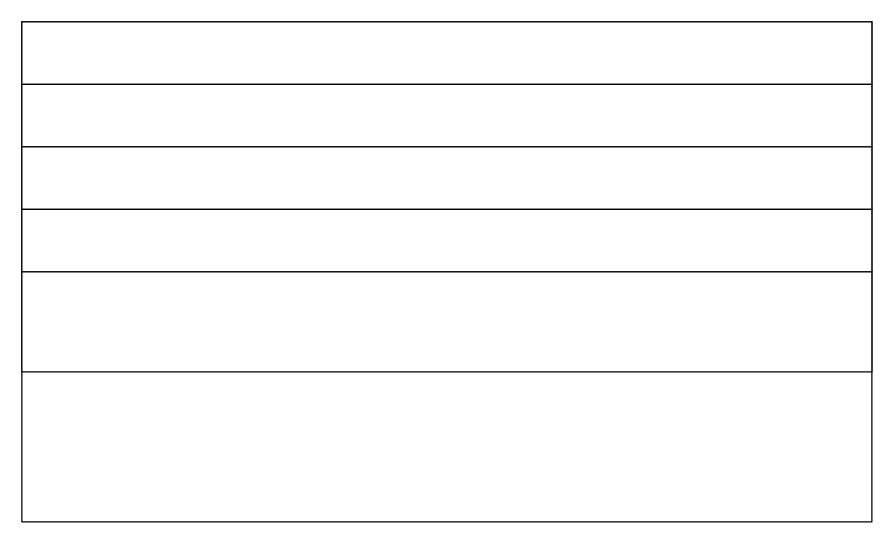
The draw.io diagram Untitled Diagram.drawio in Octatonez/Testitaaadfame, before the edit. Source tidied: cells renumbered, new cells numbered last; positions are measured from the earlier drawing's top-left corner, leaving out a move shared by most shapes. Both pictures are drawn from the tidied source at 125%, with x=0, y=0 at pixel (21, 21).
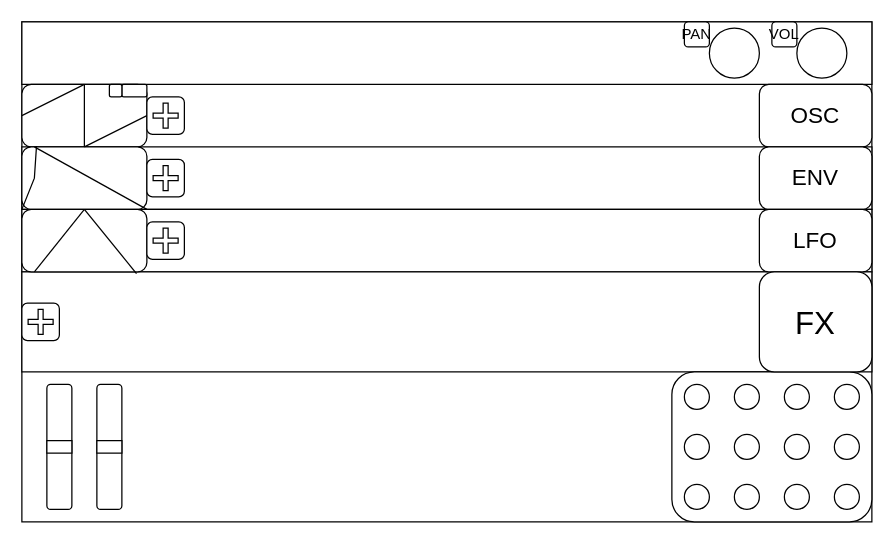
After the change.

Diff of the diagram source:
```diff
@@
-    <mxCell id="3" style="rounded=0;whiteSpace=wrap;html=1;" parent="1" vertex="1">
+    <mxCell id="3" style="rounded=0;whiteSpace=wrap;html=1;fontFamily=AGENCY FB;" parent="1" vertex="1">
       <mxGeometry width="680" height="50" as="geometry" />
     </mxCell>
-    <mxCell id="4" style="rounded=0;whiteSpace=wrap;html=1;" parent="1" vertex="1">
-      <mxGeometry y="50" width="680" height="50" as="geometry" />
-    </mxCell>
@@
-    <mxCell id="7" style="rounded=0;whiteSpace=wrap;html=1;" parent="1" vertex="1">
+    <mxCell id="7" style="rounded=0;whiteSpace=wrap;html=1;fontFamily=AGENCY FB;" parent="1" vertex="1">
       <mxGeometry y="200" width="680" height="80" as="geometry" />
     </mxCell>
+    <mxCell id="8" style="ellipse;whiteSpace=wrap;html=1;" parent="1" vertex="1">
+      <mxGeometry x="620" y="5" width="40" height="40" as="geometry" />
+    </mxCell>
+    <mxCell id="9" style="ellipse;whiteSpace=wrap;html=1;" parent="1" vertex="1">
+      <mxGeometry x="550" y="5" width="40" height="40" as="geometry" />
+    </mxCell>
+    <mxCell id="10" style="rounded=1;whiteSpace=wrap;html=1;" parent="1" vertex="1">
+      <mxGeometry y="50" width="100" height="50" as="geometry" />
+    </mxCell>
+    <mxCell id="11" style="rounded=1;whiteSpace=wrap;html=1;" parent="1" vertex="1">
+      <mxGeometry x="80" y="50" width="20" height="10" as="geometry" />
+    </mxCell>
+    <mxCell id="12" style="rounded=1;whiteSpace=wrap;html=1;" parent="1" vertex="1">
+      <mxGeometry x="70" y="50" width="10" height="10" as="geometry" />
+    </mxCell>
+    <mxCell id="13" style="rounded=1;whiteSpace=wrap;html=1;" parent="1" vertex="1">
+      <mxGeometry x="100" y="60" width="30" height="30" as="geometry" />
+    </mxCell>
+    <mxCell id="14" style="shape=cross;whiteSpace=wrap;html=1;" parent="1" vertex="1">
+      <mxGeometry x="105" y="65" width="20" height="20" as="geometry" />
+    </mxCell>
+    <mxCell id="15" style="rounded=1;whiteSpace=wrap;html=1;" parent="1" vertex="1">
+      <mxGeometry y="100" width="100" height="50" as="geometry" />
+    </mxCell>
+    <mxCell id="16" style="rounded=1;whiteSpace=wrap;html=1;" parent="1" vertex="1">
+      <mxGeometry y="150" width="100" height="50" as="geometry" />
+    </mxCell>
+    <mxCell id="17" style="endArrow=none;html=1;rounded=0;exitX=0;exitY=0.5;exitDx=0;exitDy=0;entryX=0.5;entryY=0;entryDx=0;entryDy=0;" parent="1" edge="1" source="10" target="10">
+      <mxGeometry relative="1" as="geometry" />
+    </mxCell>
+    <mxCell id="18" style="endArrow=none;html=1;rounded=0;exitX=0.5;exitY=0;exitDx=0;exitDy=0;entryX=0.5;entryY=0;entryDx=0;entryDy=0;" parent="1" edge="1" source="15" target="10">
+      <mxGeometry relative="1" as="geometry" />
+    </mxCell>
+    <mxCell id="19" style="endArrow=none;html=1;rounded=0;exitX=0.5;exitY=0;exitDx=0;exitDy=0;entryX=1;entryY=0.5;entryDx=0;entryDy=0;" parent="1" edge="1" source="15" target="10">
+      <mxGeometry relative="1" as="geometry" />
+    </mxCell>
+    <mxCell id="20" style="endArrow=none;html=1;rounded=0;exitX=0;exitY=1;exitDx=0;exitDy=0;entryX=0.117;entryY=-0.012;entryDx=0;entryDy=0;entryPerimeter=0;" parent="1" edge="1" source="15" target="15">
+      <mxGeometry relative="1" as="geometry">
+        <Array as="points">
+          <mxPoint x="10" y="125" />
+        </Array>
+      </mxGeometry>
+    </mxCell>
+    <mxCell id="21" style="endArrow=none;html=1;rounded=0;entryX=1;entryY=1;entryDx=0;entryDy=0;" parent="1" edge="1" target="15">
+      <mxGeometry relative="1" as="geometry">
+        <mxPoint x="10" y="100" as="sourcePoint" />
+      </mxGeometry>
+    </mxCell>
+    <mxCell id="22" style="endArrow=none;html=1;rounded=0;exitX=0.1;exitY=1;exitDx=0;exitDy=0;exitPerimeter=0;entryX=0.5;entryY=0;entryDx=0;entryDy=0;" parent="1" edge="1" source="16" target="16">
+      <mxGeometry relative="1" as="geometry" />
+    </mxCell>
+    <mxCell id="23" style="endArrow=none;html=1;rounded=0;exitX=0.5;exitY=0;exitDx=0;exitDy=0;entryX=0.917;entryY=1.027;entryDx=0;entryDy=0;entryPerimeter=0;" parent="1" edge="1" source="16" target="16">
+      <mxGeometry relative="1" as="geometry" />
+    </mxCell>
+    <mxCell id="24" style="rounded=1;whiteSpace=wrap;html=1;" parent="1" vertex="1">
+      <mxGeometry x="100" y="160" width="30" height="30" as="geometry" />
+    </mxCell>
+    <mxCell id="25" style="rounded=1;whiteSpace=wrap;html=1;" parent="1" vertex="1">
+      <mxGeometry x="100" y="110" width="30" height="30" as="geometry" />
+    </mxCell>
+    <mxCell id="26" style="rounded=1;whiteSpace=wrap;html=1;" parent="1" vertex="1">
+      <mxGeometry y="225" width="30" height="30" as="geometry" />
+    </mxCell>
+    <mxCell id="27" style="shape=cross;whiteSpace=wrap;html=1;" parent="1" vertex="1">
+      <mxGeometry x="105" y="115" width="20" height="20" as="geometry" />
+    </mxCell>
+    <mxCell id="28" style="shape=cross;whiteSpace=wrap;html=1;" parent="1" vertex="1">
+      <mxGeometry x="105" y="165" width="20" height="20" as="geometry" />
+    </mxCell>
+    <mxCell id="29" style="shape=cross;whiteSpace=wrap;html=1;" parent="1" vertex="1">
+      <mxGeometry x="5" y="230" width="20" height="20" as="geometry" />
+    </mxCell>
+    <mxCell id="30" style="rounded=1;whiteSpace=wrap;html=1;" parent="1" vertex="1">
+      <mxGeometry x="520" y="280" width="160" height="120" as="geometry" />
+    </mxCell>
+    <mxCell id="31" style="ellipse;whiteSpace=wrap;html=1;" parent="1" vertex="1">
+      <mxGeometry x="530" y="290" width="20" height="20" as="geometry" />
+    </mxCell>
+    <mxCell id="32" style="ellipse;whiteSpace=wrap;html=1;" parent="1" vertex="1">
+      <mxGeometry x="570" y="290" width="20" height="20" as="geometry" />
+    </mxCell>
+    <mxCell id="33" style="ellipse;whiteSpace=wrap;html=1;" parent="1" vertex="1">
+      <mxGeometry x="610" y="290" width="20" height="20" as="geometry" />
+    </mxCell>
+    <mxCell id="34" style="ellipse;whiteSpace=wrap;html=1;" parent="1" vertex="1">
+      <mxGeometry x="650" y="290" width="20" height="20" as="geometry" />
+    </mxCell>
+    <mxCell id="35" style="ellipse;whiteSpace=wrap;html=1;" parent="1" vertex="1">
+      <mxGeometry x="530" y="330" width="20" height="20" as="geometry" />
+    </mxCell>
+    <mxCell id="36" style="ellipse;whiteSpace=wrap;html=1;" parent="1" vertex="1">
+      <mxGeometry x="530" y="370" width="20" height="20" as="geometry" />
+    </mxCell>
+    <mxCell id="37" style="ellipse;whiteSpace=wrap;html=1;" parent="1" vertex="1">
+      <mxGeometry x="570" y="330" width="20" height="20" as="geometry" />
+    </mxCell>
+    <mxCell id="38" style="ellipse;whiteSpace=wrap;html=1;" parent="1" vertex="1">
+      <mxGeometry x="570" y="370" width="20" height="20" as="geometry" />
+    </mxCell>
+    <mxCell id="39" style="ellipse;whiteSpace=wrap;html=1;" parent="1" vertex="1">
+      <mxGeometry x="610" y="330" width="20" height="20" as="geometry" />
+    </mxCell>
+    <mxCell id="40" style="ellipse;whiteSpace=wrap;html=1;" parent="1" vertex="1">
+      <mxGeometry x="650" y="330" width="20" height="20" as="geometry" />
+    </mxCell>
+    <mxCell id="41" style="ellipse;whiteSpace=wrap;html=1;" parent="1" vertex="1">
+      <mxGeometry x="610" y="370" width="20" height="20" as="geometry" />
+    </mxCell>
+    <mxCell id="42" style="ellipse;whiteSpace=wrap;html=1;" parent="1" vertex="1">
+      <mxGeometry x="650" y="370" width="20" height="20" as="geometry" />
+    </mxCell>
+    <mxCell id="43" style="rounded=1;whiteSpace=wrap;html=1;" parent="1" vertex="1">
+      <mxGeometry x="20" y="290" width="20" height="100" as="geometry" />
+    </mxCell>
+    <mxCell id="44" style="rounded=1;whiteSpace=wrap;html=1;" parent="1" vertex="1">
+      <mxGeometry x="60" y="290" width="20" height="100" as="geometry" />
+    </mxCell>
+    <mxCell id="45" style="rounded=0;whiteSpace=wrap;html=1;" parent="1" vertex="1">
+      <mxGeometry x="20" y="335" width="20" height="10" as="geometry" />
+    </mxCell>
+    <mxCell id="46" style="rounded=0;whiteSpace=wrap;html=1;" parent="1" vertex="1">
+      <mxGeometry x="60" y="335" width="20" height="10" as="geometry" />
+    </mxCell>
+    <mxCell id="47" value="PAN" style="rounded=1;whiteSpace=wrap;html=1;fontFamily=AGENCY FB;" parent="1" vertex="1">
+      <mxGeometry x="530" width="20" height="20" as="geometry" />
+    </mxCell>
+    <mxCell id="48" value="VOL" style="rounded=1;whiteSpace=wrap;html=1;fontFamily=AGENCY FB;" parent="1" vertex="1">
+      <mxGeometry x="600" width="20" height="20" as="geometry" />
+    </mxCell>
+    <mxCell id="49" value="&lt;font style=&quot;font-size: 18px;&quot;&gt;OSC&lt;/font&gt;" style="rounded=1;whiteSpace=wrap;html=1;fontFamily=AGENCY FB;" parent="1" vertex="1">
+      <mxGeometry x="590" y="50" width="90" height="50" as="geometry" />
+    </mxCell>
+    <mxCell id="50" value="&lt;font style=&quot;font-size: 18px;&quot;&gt;ENV&lt;/font&gt;" style="rounded=1;whiteSpace=wrap;html=1;fontFamily=AGENCY FB;" parent="1" vertex="1">
+      <mxGeometry x="590" y="100" width="90" height="50" as="geometry" />
+    </mxCell>
+    <mxCell id="51" value="&lt;font style=&quot;font-size: 18px;&quot;&gt;LFO&lt;/font&gt;" style="rounded=1;whiteSpace=wrap;html=1;fontFamily=AGENCY FB;" parent="1" vertex="1">
+      <mxGeometry x="590" y="150" width="90" height="50" as="geometry" />
+    </mxCell>
+    <mxCell id="52" value="&lt;font style=&quot;font-size: 25px;&quot;&gt;FX&lt;/font&gt;" style="rounded=1;whiteSpace=wrap;html=1;fontFamily=AGENCY FB;" parent="1" vertex="1">
+      <mxGeometry x="590" y="200" width="90" height="80" as="geometry" />
+    </mxCell>
```
